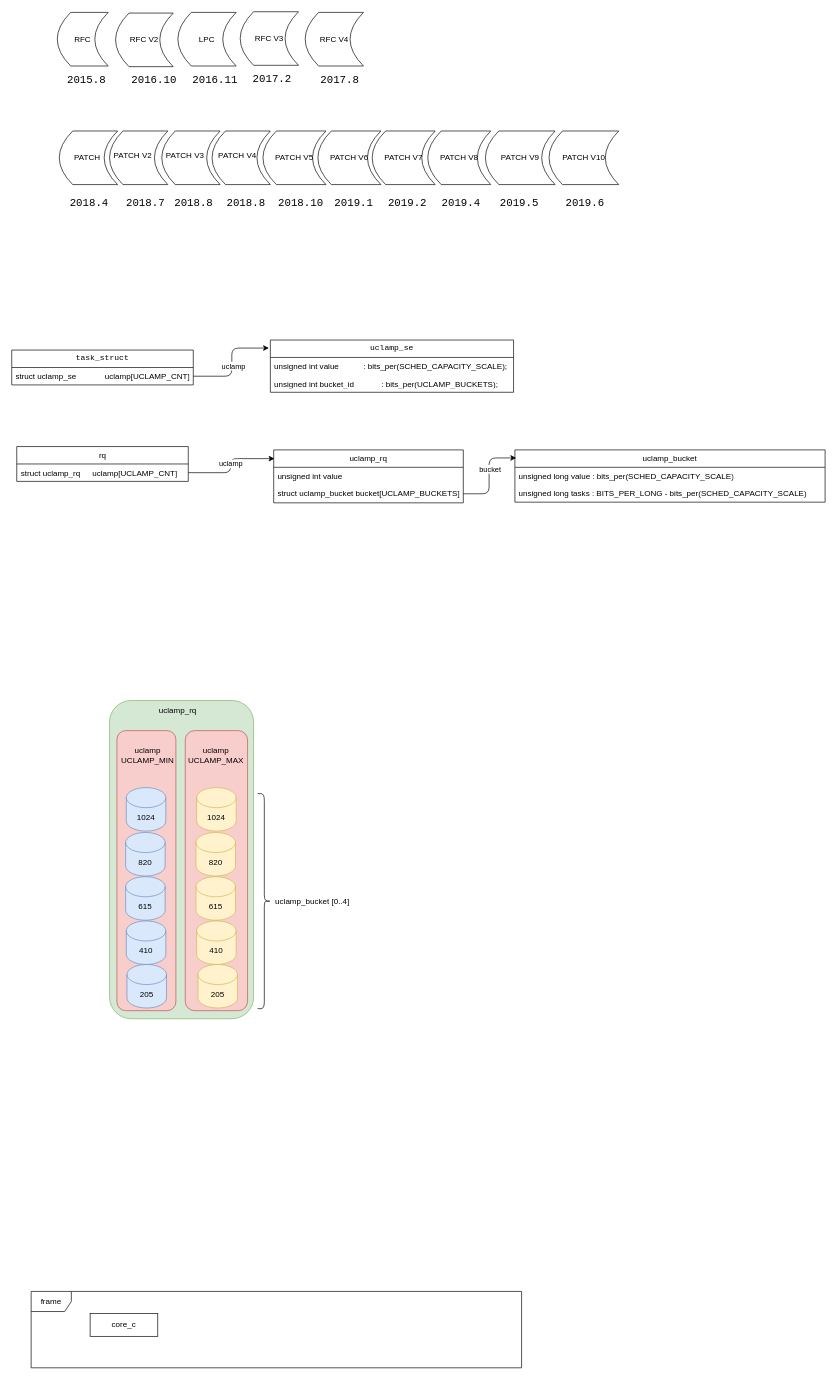
Before: uclamp.drawio in jasonactions/graph, a draw.io diagram. Source tidied: cells renumbered, new cells numbered last; positions are measured from the earlier drawing's top-left corner, leaving out a move shared by most shapes. Both pictures are drawn from the tidied source at 67%, with x=0, y=0 at pixel (11, 11).
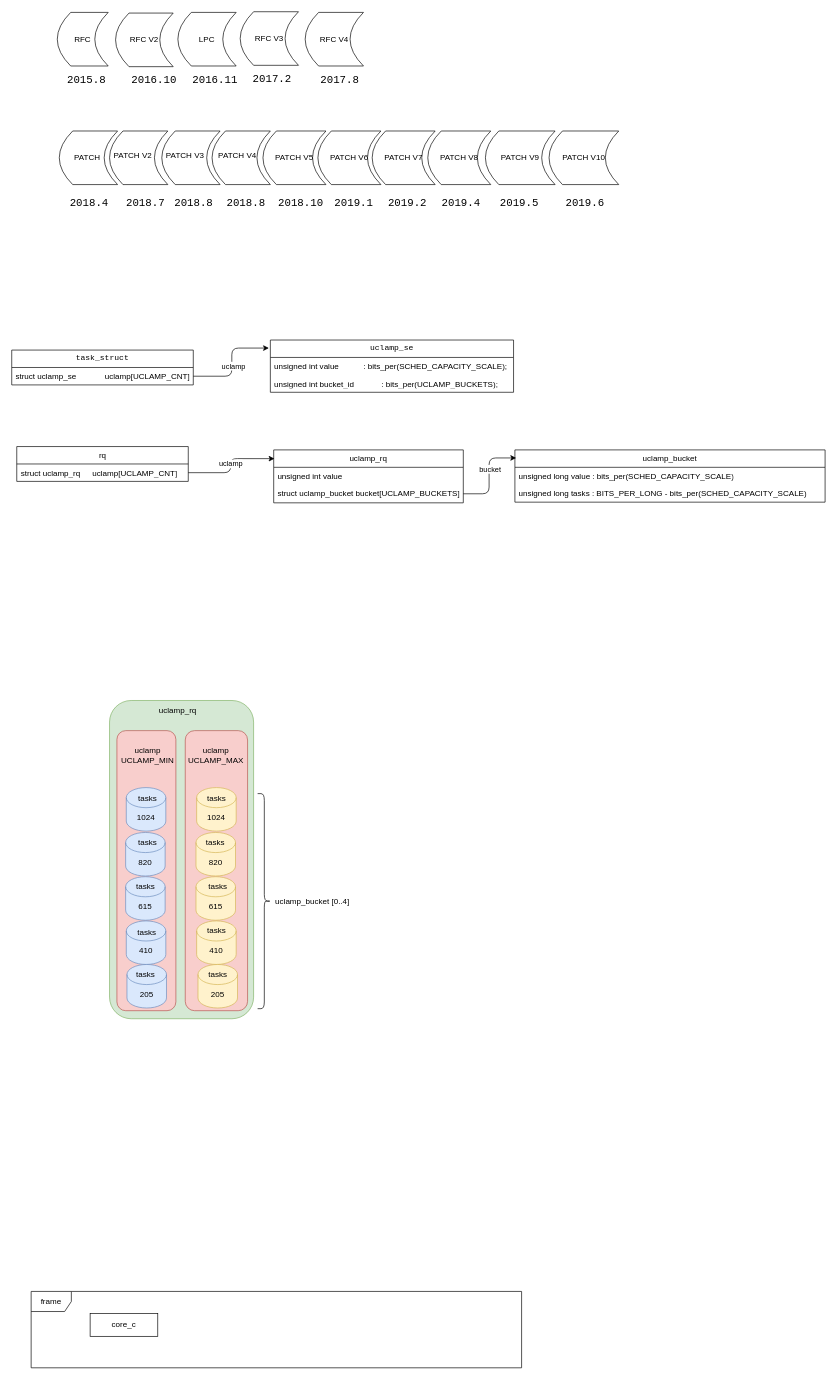
After the change.

Change to the diagram source:
```diff
@@
+    <mxCell id="74" value="tasks" style="text;html=1;align=center;verticalAlign=middle;whiteSpace=wrap;rounded=0;" parent="1" vertex="1">
+      <mxGeometry x="173" y="1160" width="60" height="30" as="geometry" />
+    </mxCell>
+    <mxCell id="75" value="tasks" style="text;html=1;align=center;verticalAlign=middle;whiteSpace=wrap;rounded=0;" parent="1" vertex="1">
+      <mxGeometry x="276" y="1160" width="60" height="30" as="geometry" />
+    </mxCell>
+    <mxCell id="76" value="tasks" style="text;html=1;align=center;verticalAlign=middle;whiteSpace=wrap;rounded=0;" parent="1" vertex="1">
+      <mxGeometry x="173" y="1225" width="60" height="30" as="geometry" />
+    </mxCell>
+    <mxCell id="77" value="tasks" style="text;html=1;align=center;verticalAlign=middle;whiteSpace=wrap;rounded=0;" parent="1" vertex="1">
+      <mxGeometry x="169.5" y="1291" width="60" height="30" as="geometry" />
+    </mxCell>
+    <mxCell id="78" value="tasks" style="text;html=1;align=center;verticalAlign=middle;whiteSpace=wrap;rounded=0;" parent="1" vertex="1">
+      <mxGeometry x="171.5" y="1359" width="60" height="30" as="geometry" />
+    </mxCell>
+    <mxCell id="79" value="tasks" style="text;html=1;align=center;verticalAlign=middle;whiteSpace=wrap;rounded=0;" parent="1" vertex="1">
+      <mxGeometry x="169.5" y="1422" width="60" height="30" as="geometry" />
+    </mxCell>
+    <mxCell id="80" value="tasks" style="text;html=1;align=center;verticalAlign=middle;whiteSpace=wrap;rounded=0;" parent="1" vertex="1">
+      <mxGeometry x="274" y="1225" width="60" height="30" as="geometry" />
+    </mxCell>
+    <mxCell id="81" value="tasks" style="text;html=1;align=center;verticalAlign=middle;whiteSpace=wrap;rounded=0;" parent="1" vertex="1">
+      <mxGeometry x="278" y="1291" width="60" height="30" as="geometry" />
+    </mxCell>
+    <mxCell id="82" value="tasks" style="text;html=1;align=center;verticalAlign=middle;whiteSpace=wrap;rounded=0;" parent="1" vertex="1">
+      <mxGeometry x="275.5" y="1356" width="60" height="30" as="geometry" />
+    </mxCell>
+    <mxCell id="83" value="tasks" style="text;html=1;align=center;verticalAlign=middle;whiteSpace=wrap;rounded=0;" parent="1" vertex="1">
+      <mxGeometry x="278" y="1422" width="60" height="30" as="geometry" />
+    </mxCell>
```
